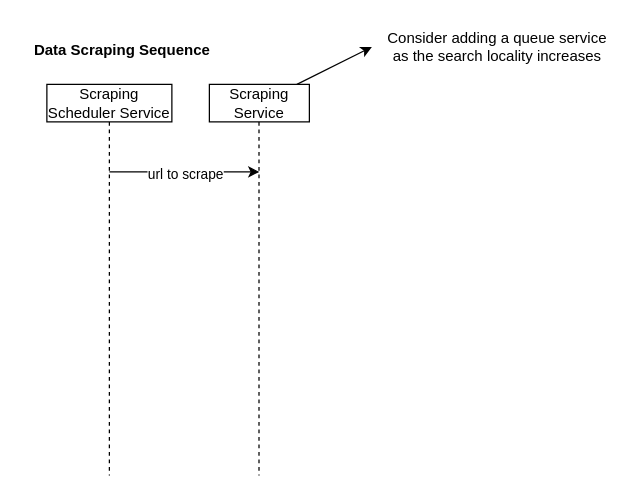
Above: page "Draft Sequence Steps" (4 of 7) of design/System Design.drawio in jacob-petterle/turo-scraper (draw.io), before the change. Source tidied: cells renumbered, new cells numbered last; positions are measured from the earlier drawing's top-left corner, leaving out a move shared by most shapes. Both pictures are drawn from the tidied source at 125%, with x=0, y=0 at pixel (21, 21).
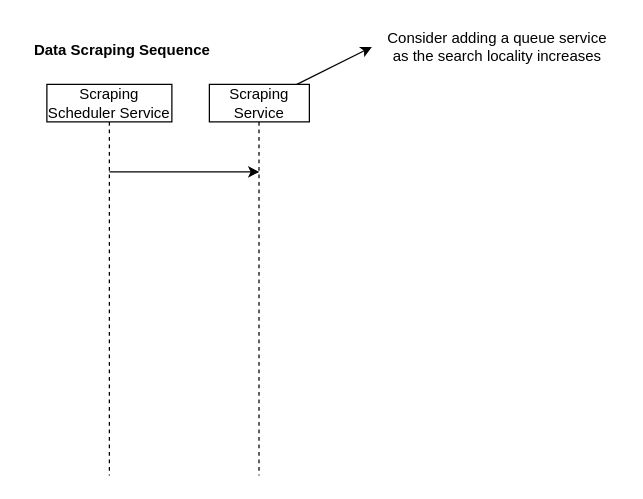
After the change.

Diff of the diagram source:
```diff
@@
 <mxGraphModel>
   <root>
     <mxCell id="0" />
     <mxCell id="1" parent="0" />
     <mxCell id="2" value="&lt;b&gt;Data Scraping Sequence&lt;br&gt;&lt;br&gt;&lt;/b&gt;" style="text;html=1;align=center;verticalAlign=middle;strokeColor=none;fillColor=none;" parent="1" vertex="1">
       <mxGeometry y="10" width="160" height="40" as="geometry" />
     </mxCell>
     <mxCell id="3" value="Scraping Scheduler Service" style="rounded=0;whiteSpace=wrap;html=1;" parent="1" vertex="1">
       <mxGeometry x="20" y="50" width="100" height="30" as="geometry" />
     </mxCell>
     <mxCell id="4" style="endArrow=none;dashed=1;html=1;rounded=0;exitX=0.5;exitY=1;exitDx=0;exitDy=0;" parent="1" edge="1" source="3">
       <mxGeometry relative="1" as="geometry">
         <mxPoint x="70" y="362.8" as="targetPoint" />
       </mxGeometry>
     </mxCell>
     <mxCell id="5" value="Scraping Service" style="rounded=0;whiteSpace=wrap;html=1;" parent="1" vertex="1">
       <mxGeometry x="150" y="50" width="80" height="30" as="geometry" />
     </mxCell>
     <mxCell id="6" style="endArrow=none;dashed=1;html=1;rounded=0;exitX=0.5;exitY=1;exitDx=0;exitDy=0;" parent="1" edge="1">
       <mxGeometry relative="1" as="geometry">
         <mxPoint x="189.7" y="80" as="sourcePoint" />
         <mxPoint x="189.7" y="362.8" as="targetPoint" />
       </mxGeometry>
     </mxCell>
     <mxCell id="7" style="endArrow=classic;html=1;rounded=0;" parent="1" edge="1">
       <mxGeometry relative="1" as="geometry">
         <mxPoint x="70" y="120" as="sourcePoint" />
         <mxPoint x="190" y="120" as="targetPoint" />
       </mxGeometry>
     </mxCell>
-    <mxCell id="8" value="url to scrape" style="edgeLabel;html=1;align=center;verticalAlign=middle;" parent="7" vertex="1">
-      <mxGeometry x="0.38" y="-1" relative="1" as="geometry">
-        <mxPoint x="-23" as="offset" />
-      </mxGeometry>
-    </mxCell>
     <mxCell id="9" style="endArrow=classic;html=1;rounded=0;" parent="1" edge="1">
       <mxGeometry relative="1" as="geometry">
         <mxPoint x="220" y="50" as="sourcePoint" />
         <mxPoint x="280" y="20" as="targetPoint" />
       </mxGeometry>
     </mxCell>
     <mxCell id="10" value="Consider adding a queue service&lt;br&gt;as the search locality increases" style="text;html=1;align=center;verticalAlign=middle;strokeColor=none;fillColor=none;" parent="1" vertex="1">
       <mxGeometry x="280" width="200" height="40" as="geometry" />
     </mxCell>
   </root>
 </mxGraphModel>
```
